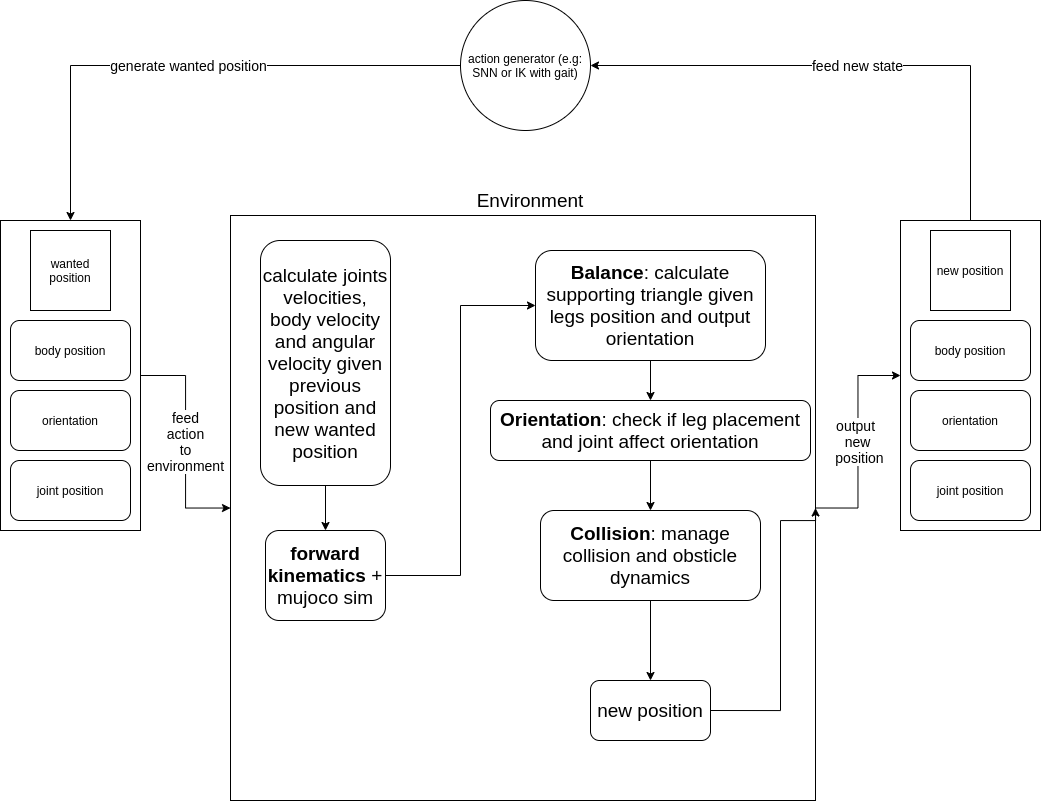
Above: images/simulation.png in michaeleh/adaptive-hexapod-control (draw.io), before the change. Source tidied: cells renumbered, new cells last; positions are measured from the earlier drawing's top-left corner, leaving out a move shared by most shapes. Its diagram source:
```xml
<mxGraphModel>
  <root>
    <mxCell id="0" />
    <mxCell id="1" parent="0" />
    <mxCell id="2" value="feed&lt;br style=&quot;font-size: 14px;&quot;&gt;action&lt;br style=&quot;font-size: 14px;&quot;&gt;to&lt;br style=&quot;font-size: 14px;&quot;&gt;environment" style="edgeStyle=orthogonalEdgeStyle;rounded=0;jettySize=auto;html=1;fontSize=14;" parent="1" edge="1" source="3" target="16">
      <mxGeometry relative="1" as="geometry" />
    </mxCell>
    <mxCell id="3" style="rounded=0;whiteSpace=wrap;html=1;" parent="1" vertex="1">
      <mxGeometry y="220" width="140" height="310" as="geometry" />
    </mxCell>
    <mxCell id="4" value="wanted position" style="whiteSpace=wrap;html=1;" parent="1" vertex="1">
      <mxGeometry x="30" y="230" width="80" height="80" as="geometry" />
    </mxCell>
    <mxCell id="5" value="joint position" style="rounded=1;whiteSpace=wrap;html=1;" parent="1" vertex="1">
      <mxGeometry x="10" y="460" width="120" height="60" as="geometry" />
    </mxCell>
    <mxCell id="6" value="orientation" style="rounded=1;whiteSpace=wrap;html=1;" parent="1" vertex="1">
      <mxGeometry x="10" y="390" width="120" height="60" as="geometry" />
    </mxCell>
    <mxCell id="7" value="body position" style="rounded=1;whiteSpace=wrap;html=1;" parent="1" vertex="1">
      <mxGeometry x="10" y="320" width="120" height="60" as="geometry" />
    </mxCell>
    <mxCell id="8" value="feed new state" style="edgeStyle=orthogonalEdgeStyle;rounded=0;jettySize=auto;html=1;exitX=0.5;exitY=0;exitDx=0;exitDy=0;entryX=1;entryY=0.5;entryDx=0;entryDy=0;fontSize=14;" parent="1" edge="1" source="9" target="18">
      <mxGeometry relative="1" as="geometry" />
    </mxCell>
    <mxCell id="9" style="rounded=0;whiteSpace=wrap;html=1;" parent="1" vertex="1">
      <mxGeometry x="900" y="220" width="140" height="310" as="geometry" />
    </mxCell>
    <mxCell id="10" value="new position" style="whiteSpace=wrap;html=1;" parent="1" vertex="1">
      <mxGeometry x="930" y="230" width="80" height="80" as="geometry" />
    </mxCell>
    <mxCell id="11" value="joint position" style="rounded=1;whiteSpace=wrap;html=1;" parent="1" vertex="1">
      <mxGeometry x="910" y="460" width="120" height="60" as="geometry" />
    </mxCell>
    <mxCell id="12" value="orientation" style="rounded=1;whiteSpace=wrap;html=1;" parent="1" vertex="1">
      <mxGeometry x="910" y="390" width="120" height="60" as="geometry" />
    </mxCell>
    <mxCell id="13" value="body position" style="rounded=1;whiteSpace=wrap;html=1;" parent="1" vertex="1">
      <mxGeometry x="910" y="320" width="120" height="60" as="geometry" />
    </mxCell>
    <mxCell id="14" value="Environment&lt;br style=&quot;font-size: 19px;&quot;&gt;" style="text;html=1;strokeColor=none;fillColor=none;align=center;verticalAlign=middle;whiteSpace=wrap;rounded=0;fontSize=19;" parent="1" vertex="1">
      <mxGeometry x="510" y="190" width="40" height="20" as="geometry" />
    </mxCell>
    <mxCell id="15" value="output &lt;br style=&quot;font-size: 14px;&quot;&gt;new&lt;br style=&quot;font-size: 14px;&quot;&gt;&amp;nbsp;position" style="edgeStyle=orthogonalEdgeStyle;rounded=0;jettySize=auto;html=1;exitX=1;exitY=0.5;exitDx=0;exitDy=0;entryX=0;entryY=0.5;entryDx=0;entryDy=0;fontSize=14;" parent="1" edge="1" source="16" target="9">
      <mxGeometry relative="1" as="geometry" />
    </mxCell>
    <mxCell id="16" style="whiteSpace=wrap;html=1;" parent="1" vertex="1">
      <mxGeometry x="230" y="215" width="585" height="585" as="geometry" />
    </mxCell>
    <mxCell id="17" value="generate wanted position" style="edgeStyle=orthogonalEdgeStyle;rounded=0;jettySize=auto;html=1;entryX=0.5;entryY=0;entryDx=0;entryDy=0;fontSize=14;" parent="1" edge="1" source="18" target="3">
      <mxGeometry relative="1" as="geometry" />
    </mxCell>
    <mxCell id="18" value="action generator (e.g: SNN or IK with gait)" style="ellipse;whiteSpace=wrap;html=1;" parent="1" vertex="1">
      <mxGeometry x="460" width="130" height="130" as="geometry" />
    </mxCell>
    <mxCell id="19" style="edgeStyle=orthogonalEdgeStyle;rounded=0;jettySize=auto;html=1;fontSize=19;" parent="1" edge="1" source="20" target="22">
      <mxGeometry relative="1" as="geometry" />
    </mxCell>
    <mxCell id="20" value="calculate joints velocities,&lt;br&gt;body velocity and angular velocity given previous position and new wanted position" style="rounded=1;whiteSpace=wrap;html=1;fontSize=19;" parent="1" vertex="1">
      <mxGeometry x="260" y="240" width="130" height="245" as="geometry" />
    </mxCell>
    <mxCell id="21" style="edgeStyle=orthogonalEdgeStyle;rounded=0;jettySize=auto;html=1;fontSize=19;entryX=0;entryY=0.5;entryDx=0;entryDy=0;" parent="1" edge="1" source="22" target="24">
      <mxGeometry relative="1" as="geometry" />
    </mxCell>
    <mxCell id="22" value="&lt;b&gt;forward kinematics&lt;/b&gt; + mujoco sim" style="whiteSpace=wrap;html=1;rounded=1;fontSize=19;" parent="1" vertex="1">
      <mxGeometry x="265" y="530" width="120" height="90" as="geometry" />
    </mxCell>
    <mxCell id="23" style="edgeStyle=orthogonalEdgeStyle;rounded=0;jettySize=auto;html=1;fontSize=19;" parent="1" edge="1" source="24" target="26">
      <mxGeometry relative="1" as="geometry" />
    </mxCell>
    <mxCell id="24" value="&lt;b&gt;Balance&lt;/b&gt;: calculate supporting triangle given legs position and output orientation" style="whiteSpace=wrap;html=1;rounded=1;fontSize=19;" parent="1" vertex="1">
      <mxGeometry x="535" y="250" width="230" height="110" as="geometry" />
    </mxCell>
    <mxCell id="25" style="edgeStyle=orthogonalEdgeStyle;rounded=0;jettySize=auto;html=1;fontSize=19;" parent="1" edge="1" source="26" target="28">
      <mxGeometry relative="1" as="geometry" />
    </mxCell>
    <mxCell id="26" value="&lt;b&gt;Orientation&lt;/b&gt;: check if leg placement and joint affect orientation" style="whiteSpace=wrap;html=1;rounded=1;fontSize=19;" parent="1" vertex="1">
      <mxGeometry x="490" y="400" width="320" height="60" as="geometry" />
    </mxCell>
    <mxCell id="27" style="edgeStyle=orthogonalEdgeStyle;rounded=0;jettySize=auto;html=1;fontSize=19;" parent="1" edge="1" source="28" target="30">
      <mxGeometry relative="1" as="geometry" />
    </mxCell>
    <mxCell id="28" value="&lt;b&gt;Collision&lt;/b&gt;: manage collision and obsticle dynamics" style="whiteSpace=wrap;html=1;rounded=1;fontSize=19;" parent="1" vertex="1">
      <mxGeometry x="540" y="510" width="220" height="90" as="geometry" />
    </mxCell>
    <mxCell id="29" style="edgeStyle=orthogonalEdgeStyle;rounded=0;jettySize=auto;html=1;exitX=1;exitY=0.5;exitDx=0;exitDy=0;entryX=1;entryY=0.5;entryDx=0;entryDy=0;fontSize=19;" parent="1" edge="1" source="30" target="16">
      <mxGeometry relative="1" as="geometry">
        <Array as="points">
          <mxPoint x="780" y="710" />
          <mxPoint x="780" y="520" />
        </Array>
      </mxGeometry>
    </mxCell>
    <mxCell id="30" value="new position" style="whiteSpace=wrap;html=1;rounded=1;fontSize=19;" parent="1" vertex="1">
      <mxGeometry x="590" y="680" width="120" height="60" as="geometry" />
    </mxCell>
  </root>
</mxGraphModel>
```
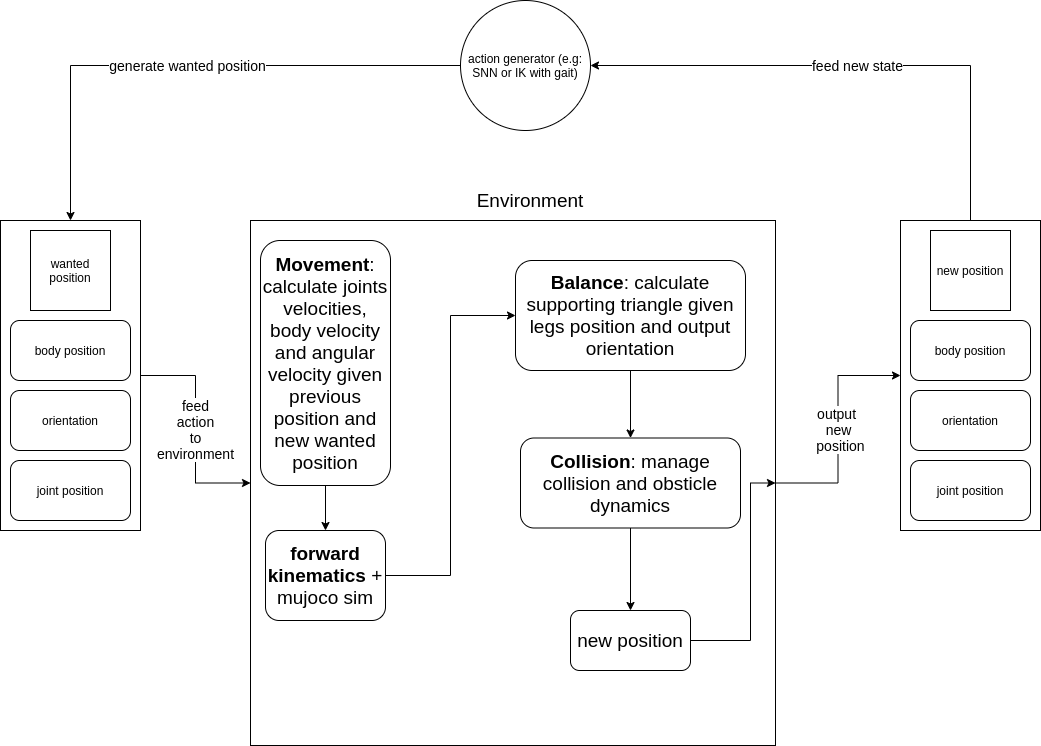
Above is the later version.

Commit message:
free fall, missing angular velocity of rotation

Change to the diagram source:
```diff
@@ -45,7 +45,7 @@
       <mxGeometry relative="1" as="geometry" />
     </mxCell>
     <mxCell id="16" style="whiteSpace=wrap;html=1;" parent="1" vertex="1">
-      <mxGeometry x="230" y="215" width="585" height="585" as="geometry" />
+      <mxGeometry x="250" y="220" width="525" height="525" as="geometry" />
     </mxCell>
     <mxCell id="17" value="generate wanted position" style="edgeStyle=orthogonalEdgeStyle;rounded=0;jettySize=auto;html=1;entryX=0.5;entryY=0;entryDx=0;entryDy=0;fontSize=14;" parent="1" edge="1" source="18" target="3">
       <mxGeometry relative="1" as="geometry" />
@@ -56,7 +56,7 @@
     <mxCell id="19" style="edgeStyle=orthogonalEdgeStyle;rounded=0;jettySize=auto;html=1;fontSize=19;" parent="1" edge="1" source="20" target="22">
       <mxGeometry relative="1" as="geometry" />
     </mxCell>
-    <mxCell id="20" value="calculate joints velocities,&lt;br&gt;body velocity and angular velocity given previous position and new wanted position" style="rounded=1;whiteSpace=wrap;html=1;fontSize=19;" parent="1" vertex="1">
+    <mxCell id="20" value="&lt;b&gt;Movement&lt;/b&gt;:&lt;br&gt;calculate joints velocities,&lt;br&gt;body velocity and angular velocity given previous position and new wanted position" style="rounded=1;whiteSpace=wrap;html=1;fontSize=19;" parent="1" vertex="1">
       <mxGeometry x="260" y="240" width="130" height="245" as="geometry" />
     </mxCell>
     <mxCell id="21" style="edgeStyle=orthogonalEdgeStyle;rounded=0;jettySize=auto;html=1;fontSize=19;entryX=0;entryY=0.5;entryDx=0;entryDy=0;" parent="1" edge="1" source="22" target="24">
@@ -65,34 +65,28 @@
     <mxCell id="22" value="&lt;b&gt;forward kinematics&lt;/b&gt; + mujoco sim" style="whiteSpace=wrap;html=1;rounded=1;fontSize=19;" parent="1" vertex="1">
       <mxGeometry x="265" y="530" width="120" height="90" as="geometry" />
     </mxCell>
-    <mxCell id="23" style="edgeStyle=orthogonalEdgeStyle;rounded=0;jettySize=auto;html=1;fontSize=19;" parent="1" edge="1" source="24" target="26">
-      <mxGeometry relative="1" as="geometry" />
-    </mxCell>
+    <mxCell id="31" style="edgeStyle=orthogonalEdgeStyle;rounded=0;jettySize=auto;html=1;exitX=0.5;exitY=1;exitDx=0;exitDy=0;" parent="1" edge="1" source="24" target="28">
+      <mxGeometry relative="1" as="geometry" />
+    </mxCell>
     <mxCell id="24" value="&lt;b&gt;Balance&lt;/b&gt;: calculate supporting triangle given legs position and output orientation" style="whiteSpace=wrap;html=1;rounded=1;fontSize=19;" parent="1" vertex="1">
-      <mxGeometry x="535" y="250" width="230" height="110" as="geometry" />
+      <mxGeometry x="515" y="260" width="230" height="110" as="geometry" />
     </mxCell>
-    <mxCell id="25" style="edgeStyle=orthogonalEdgeStyle;rounded=0;jettySize=auto;html=1;fontSize=19;" parent="1" edge="1" source="26" target="28">
-      <mxGeometry relative="1" as="geometry" />
-    </mxCell>
-    <mxCell id="26" value="&lt;b&gt;Orientation&lt;/b&gt;: check if leg placement and joint affect orientation" style="whiteSpace=wrap;html=1;rounded=1;fontSize=19;" parent="1" vertex="1">
-      <mxGeometry x="490" y="400" width="320" height="60" as="geometry" />
-    </mxCell>
     <mxCell id="27" style="edgeStyle=orthogonalEdgeStyle;rounded=0;jettySize=auto;html=1;fontSize=19;" parent="1" edge="1" source="28" target="30">
       <mxGeometry relative="1" as="geometry" />
     </mxCell>
     <mxCell id="28" value="&lt;b&gt;Collision&lt;/b&gt;: manage collision and obsticle dynamics" style="whiteSpace=wrap;html=1;rounded=1;fontSize=19;" parent="1" vertex="1">
-      <mxGeometry x="540" y="510" width="220" height="90" as="geometry" />
+      <mxGeometry x="520" y="437.5" width="220" height="90" as="geometry" />
     </mxCell>
-    <mxCell id="29" style="edgeStyle=orthogonalEdgeStyle;rounded=0;jettySize=auto;html=1;exitX=1;exitY=0.5;exitDx=0;exitDy=0;entryX=1;entryY=0.5;entryDx=0;entryDy=0;fontSize=19;" parent="1" edge="1" source="30" target="16">
+    <mxCell id="29" style="edgeStyle=orthogonalEdgeStyle;rounded=0;jettySize=auto;html=1;exitX=1;exitY=0.5;exitDx=0;exitDy=0;entryX=1;entryY=0.5;entryDx=0;entryDy=0;" parent="1" edge="1" source="30" target="16">
       <mxGeometry relative="1" as="geometry">
         <Array as="points">
-          <mxPoint x="780" y="710" />
-          <mxPoint x="780" y="520" />
+          <mxPoint x="750" y="640" />
+          <mxPoint x="750" y="483" />
         </Array>
       </mxGeometry>
     </mxCell>
     <mxCell id="30" value="new position" style="whiteSpace=wrap;html=1;rounded=1;fontSize=19;" parent="1" vertex="1">
-      <mxGeometry x="590" y="680" width="120" height="60" as="geometry" />
+      <mxGeometry x="570" y="610" width="120" height="60" as="geometry" />
     </mxCell>
   </root>
 </mxGraphModel>
```
